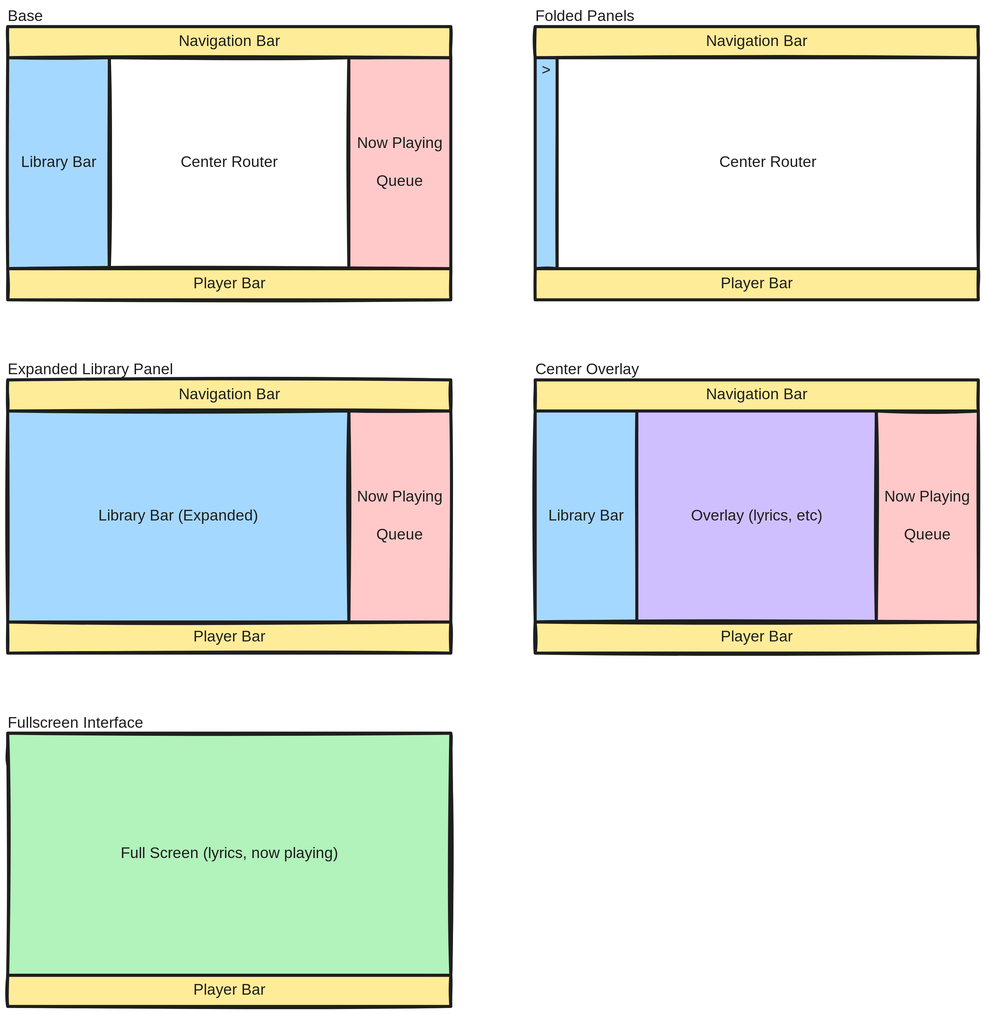
oktomusic/oktomusic keeps this Excalidraw diagram as docs/common/interface.excalidraw.svg. Above is the earlier version. Source tidied: one line per element, renumbered; positions are measured from the earlier drawing's top-left corner, leaving out a move shared by most shapes.
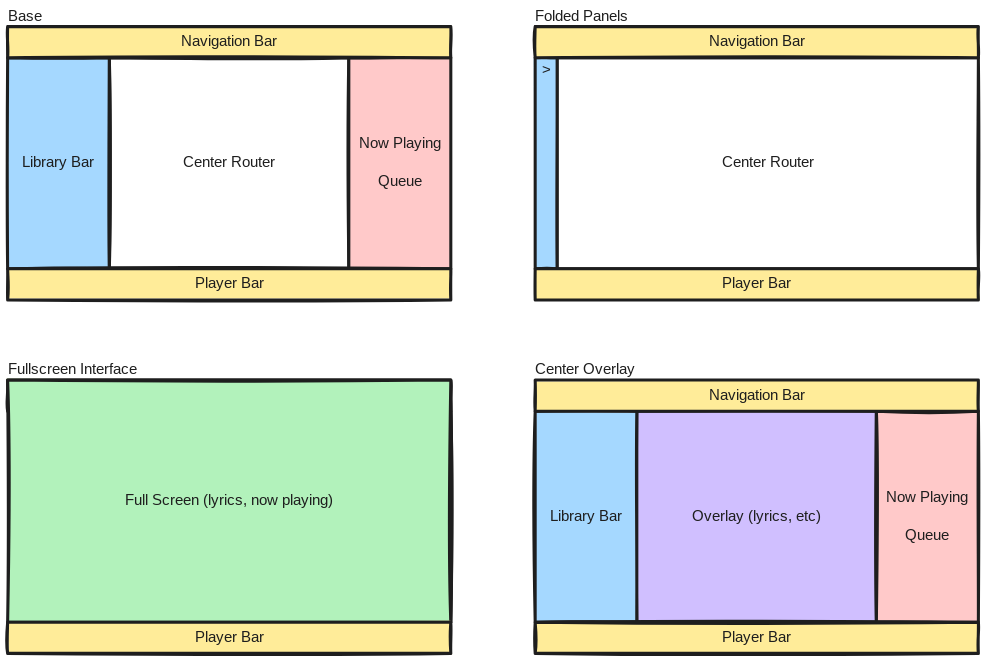
After the change.

Change to the diagram source:
```diff
@@ -8,26 +8,16 @@
 {"id": 7, "type": "text", "text": "Navigation Bar", "strokeColor": "#1e1e1e", "backgroundColor": "#ffec99", "fillStyle": "solid", "strokeWidth": 4, "roughness": 1, "fontSize": 20, "fontFamily": 5, "textAlign": "center", "verticalAlign": "middle", "inside": 6, "x": 220, "y": 33, "width": 143, "height": 25}
 {"id": 8, "type": "rectangle", "strokeColor": "#1e1e1e", "backgroundColor": "#ffec99", "fillStyle": "solid", "strokeWidth": 4, "roughness": 1, "x": 0, "y": 343, "width": 583, "height": 41}
 {"id": 9, "type": "text", "text": "Player Bar", "strokeColor": "#1e1e1e", "backgroundColor": "#ffec99", "fillStyle": "solid", "strokeWidth": 4, "roughness": 1, "fontSize": 20, "fontFamily": 5, "textAlign": "center", "verticalAlign": "middle", "inside": 8, "x": 240, "y": 351, "width": 103, "height": 25}
-{"id": 10, "type": "rectangle", "strokeColor": "#1e1e1e", "strokeWidth": 4, "roughness": 1, "x": 134, "y": 531, "width": 315, "height": 278}
-{"id": 11, "type": "text", "text": "Center Router", "strokeColor": "#1e1e1e", "backgroundColor": "#ffec99", "fillStyle": "solid", "strokeWidth": 4, "roughness": 1, "fontSize": 20, "fontFamily": 5, "textAlign": "center", "verticalAlign": "middle", "inside": 10, "x": 221, "y": 657, "width": 140, "height": 25}
-{"id": 12, "type": "rectangle", "strokeColor": "#1e1e1e", "backgroundColor": "#ffc9c9", "fillStyle": "solid", "strokeWidth": 4, "roughness": 1, "x": 449, "y": 531, "width": 134, "height": 278}
-{"id": 13, "type": "text", "text": "Now Playing\n\nQueue", "strokeColor": "#1e1e1e", "strokeWidth": 4, "strokeStyle": "dotted", "roughness": 1, "fontSize": 20, "fontFamily": 5, "textAlign": "center", "verticalAlign": "middle", "inside": 12, "x": 459, "y": 632, "width": 114, "height": 75}
-{"id": 14, "type": "rectangle", "strokeColor": "#1e1e1e", "backgroundColor": "#a5d8ff", "fillStyle": "solid", "strokeWidth": 4, "roughness": 1, "x": 0, "y": 531, "width": 449, "height": 278}
-{"id": 15, "type": "text", "text": "Library Bar (Expanded)", "strokeColor": "#1e1e1e", "backgroundColor": "#ffec99", "fillStyle": "solid", "strokeWidth": 4, "roughness": 1, "fontSize": 20, "fontFamily": 5, "textAlign": "center", "verticalAlign": "middle", "inside": 14, "x": 111, "y": 657, "width": 226, "height": 25}
-{"id": 16, "type": "rectangle", "strokeColor": "#1e1e1e", "backgroundColor": "#ffec99", "fillStyle": "solid", "strokeWidth": 4, "roughness": 1, "x": 0, "y": 490, "width": 583, "height": 41}
-{"id": 17, "type": "text", "text": "Navigation Bar", "strokeColor": "#1e1e1e", "backgroundColor": "#ffec99", "fillStyle": "solid", "strokeWidth": 4, "roughness": 1, "fontSize": 20, "fontFamily": 5, "textAlign": "center", "verticalAlign": "middle", "inside": 16, "x": 220, "y": 498, "width": 143, "height": 25}
-{"id": 18, "type": "rectangle", "strokeColor": "#1e1e1e", "backgroundColor": "#ffec99", "fillStyle": "solid", "strokeWidth": 4, "roughness": 1, "x": 0, "y": 808, "width": 583, "height": 41}
-{"id": 19, "type": "text", "text": "Player Bar", "strokeColor": "#1e1e1e", "backgroundColor": "#ffec99", "fillStyle": "solid", "strokeWidth": 4, "roughness": 1, "fontSize": 20, "fontFamily": 5, "textAlign": "center", "verticalAlign": "middle", "inside": 18, "x": 240, "y": 816, "width": 103, "height": 25}
-{"id": 20, "type": "rectangle", "strokeColor": "#1e1e1e", "strokeWidth": 4, "roughness": 1, "x": 134, "y": 995, "width": 315, "height": 278}
+{"id": 20, "type": "rectangle", "strokeColor": "#1e1e1e", "strokeWidth": 4, "roughness": 1, "x": 134, "y": 531, "width": 315, "height": 278}
-{"id": 21, "type": "text", "text": "Center Router", "strokeColor": "#1e1e1e", "backgroundColor": "#ffec99", "fillStyle": "solid", "strokeWidth": 4, "roughness": 1, "fontSize": 20, "fontFamily": 5, "textAlign": "center", "verticalAlign": "middle", "inside": 20, "x": 221, "y": 1122, "width": 140, "height": 25}
+{"id": 21, "type": "text", "text": "Center Router", "strokeColor": "#1e1e1e", "backgroundColor": "#ffec99", "fillStyle": "solid", "strokeWidth": 4, "roughness": 1, "fontSize": 20, "fontFamily": 5, "textAlign": "center", "verticalAlign": "middle", "inside": 20, "x": 221, "y": 657, "width": 140, "height": 25}
-{"id": 22, "type": "rectangle", "strokeColor": "#1e1e1e", "backgroundColor": "#ffc9c9", "fillStyle": "solid", "strokeWidth": 4, "roughness": 1, "x": 449, "y": 995, "width": 134, "height": 278}
+{"id": 22, "type": "rectangle", "strokeColor": "#1e1e1e", "backgroundColor": "#ffc9c9", "fillStyle": "solid", "strokeWidth": 4, "roughness": 1, "x": 449, "y": 531, "width": 134, "height": 278}
-{"id": 23, "type": "text", "text": "Now Playing\n\nQueue", "strokeColor": "#1e1e1e", "strokeWidth": 4, "strokeStyle": "dotted", "roughness": 1, "fontSize": 20, "fontFamily": 5, "textAlign": "center", "verticalAlign": "middle", "inside": 22, "x": 459, "y": 1097, "width": 114, "height": 75}
+{"id": 23, "type": "text", "text": "Now Playing\n\nQueue", "strokeColor": "#1e1e1e", "strokeWidth": 4, "strokeStyle": "dotted", "roughness": 1, "fontSize": 20, "fontFamily": 5, "textAlign": "center", "verticalAlign": "middle", "inside": 22, "x": 459, "y": 632, "width": 114, "height": 75}
-{"id": 24, "type": "rectangle", "strokeColor": "#1e1e1e", "backgroundColor": "#ffec99", "fillStyle": "solid", "strokeWidth": 4, "roughness": 1, "x": 0, "y": 954, "width": 583, "height": 41}
+{"id": 24, "type": "rectangle", "strokeColor": "#1e1e1e", "backgroundColor": "#ffec99", "fillStyle": "solid", "strokeWidth": 4, "roughness": 1, "x": 0, "y": 490, "width": 583, "height": 41}
-{"id": 25, "type": "text", "text": "Navigation Bar", "strokeColor": "#1e1e1e", "backgroundColor": "#ffec99", "fillStyle": "solid", "strokeWidth": 4, "roughness": 1, "fontSize": 20, "fontFamily": 5, "textAlign": "center", "verticalAlign": "middle", "inside": 24, "x": 220, "y": 962, "width": 143, "height": 25}
+{"id": 25, "type": "text", "text": "Navigation Bar", "strokeColor": "#1e1e1e", "backgroundColor": "#ffec99", "fillStyle": "solid", "strokeWidth": 4, "roughness": 1, "fontSize": 20, "fontFamily": 5, "textAlign": "center", "verticalAlign": "middle", "inside": 24, "x": 220, "y": 498, "width": 143, "height": 25}
-{"id": 26, "type": "rectangle", "strokeColor": "#1e1e1e", "backgroundColor": "#b2f2bb", "fillStyle": "solid", "strokeWidth": 4, "roughness": 1, "x": 0, "y": 954, "width": 583, "height": 318}
+{"id": 26, "type": "rectangle", "strokeColor": "#1e1e1e", "backgroundColor": "#b2f2bb", "fillStyle": "solid", "strokeWidth": 4, "roughness": 1, "x": 0, "y": 490, "width": 583, "height": 318}
-{"id": 27, "type": "text", "text": "Full Screen (lyrics, now playing)", "strokeColor": "#1e1e1e", "backgroundColor": "#ffec99", "fillStyle": "solid", "strokeWidth": 4, "roughness": 1, "fontSize": 20, "fontFamily": 5, "textAlign": "center", "verticalAlign": "middle", "inside": 26, "x": 142, "y": 1101, "width": 299, "height": 25}
+{"id": 27, "type": "text", "text": "Full Screen (lyrics, now playing)", "strokeColor": "#1e1e1e", "backgroundColor": "#ffec99", "fillStyle": "solid", "strokeWidth": 4, "roughness": 1, "fontSize": 20, "fontFamily": 5, "textAlign": "center", "verticalAlign": "middle", "inside": 26, "x": 142, "y": 636, "width": 299, "height": 25}
-{"id": 28, "type": "rectangle", "strokeColor": "#1e1e1e", "backgroundColor": "#ffec99", "fillStyle": "solid", "strokeWidth": 4, "roughness": 1, "x": 0, "y": 1273, "width": 583, "height": 41}
+{"id": 28, "type": "rectangle", "strokeColor": "#1e1e1e", "backgroundColor": "#ffec99", "fillStyle": "solid", "strokeWidth": 4, "roughness": 1, "x": 0, "y": 808, "width": 583, "height": 41}
-{"id": 29, "type": "text", "text": "Player Bar", "strokeColor": "#1e1e1e", "backgroundColor": "#ffec99", "fillStyle": "solid", "strokeWidth": 4, "roughness": 1, "fontSize": 20, "fontFamily": 5, "textAlign": "center", "verticalAlign": "middle", "inside": 28, "x": 240, "y": 1281, "width": 103, "height": 25}
+{"id": 29, "type": "text", "text": "Player Bar", "strokeColor": "#1e1e1e", "backgroundColor": "#ffec99", "fillStyle": "solid", "strokeWidth": 4, "roughness": 1, "fontSize": 20, "fontFamily": 5, "textAlign": "center", "verticalAlign": "middle", "inside": 28, "x": 240, "y": 816, "width": 103, "height": 25}
 {"id": 30, "type": "rectangle", "strokeColor": "#1e1e1e", "backgroundColor": "#ffffff", "fillStyle": "solid", "strokeWidth": 4, "roughness": 1, "x": 722, "y": 66, "width": 554, "height": 278}
 {"id": 31, "type": "text", "text": "Center Router", "strokeColor": "#1e1e1e", "backgroundColor": "#ffec99", "fillStyle": "solid", "strokeWidth": 4, "roughness": 1, "fontSize": 20, "fontFamily": 5, "textAlign": "center", "verticalAlign": "middle", "inside": 30, "x": 930, "y": 192, "width": 140, "height": 25}
 {"id": 32, "type": "rectangle", "strokeColor": "#1e1e1e", "backgroundColor": "#a5d8ff", "fillStyle": "solid", "strokeWidth": 4, "roughness": 1, "x": 694, "y": 66, "width": 29, "height": 278}
@@ -48,6 +38,5 @@
 {"id": 47, "type": "text", "text": "Player Bar", "strokeColor": "#1e1e1e", "backgroundColor": "#ffec99", "fillStyle": "solid", "strokeWidth": 4, "roughness": 1, "fontSize": 20, "fontFamily": 5, "textAlign": "center", "verticalAlign": "middle", "inside": 46, "x": 934, "y": 816, "width": 103, "height": 25}
 {"id": 48, "type": "text", "text": "Base", "strokeColor": "#1e1e1e", "strokeWidth": 4, "strokeStyle": "dotted", "roughness": 1, "fontSize": 20, "fontFamily": 5, "x": 0, "y": 0, "width": 195, "height": 25}
 {"id": 49, "type": "text", "text": "Folded Panels", "strokeColor": "#1e1e1e", "strokeWidth": 4, "strokeStyle": "dotted", "roughness": 1, "fontSize": 20, "fontFamily": 5, "x": 694, "y": 0, "width": 200, "height": 25}
-{"id": 50, "type": "text", "text": "Expanded Library Panel", "strokeColor": "#1e1e1e", "strokeWidth": 4, "strokeStyle": "dotted", "roughness": 1, "fontSize": 20, "fontFamily": 5, "x": 0, "y": 465, "width": 290, "height": 25}
 {"id": 51, "type": "text", "text": "Center Overlay", "strokeColor": "#1e1e1e", "strokeWidth": 4, "strokeStyle": "dotted", "roughness": 1, "fontSize": 20, "fontFamily": 5, "x": 694, "y": 465, "width": 201, "height": 25}
-{"id": 52, "type": "text", "text": "Fullscreen Interface", "strokeColor": "#1e1e1e", "strokeWidth": 4, "strokeStyle": "dotted", "roughness": 1, "fontSize": 20, "fontFamily": 5, "x": 0, "y": 929, "width": 234, "height": 25}
+{"id": 52, "type": "text", "text": "Fullscreen Interface", "strokeColor": "#1e1e1e", "strokeWidth": 4, "strokeStyle": "dotted", "roughness": 1, "fontSize": 20, "fontFamily": 5, "x": 0, "y": 465, "width": 234, "height": 25}
```
